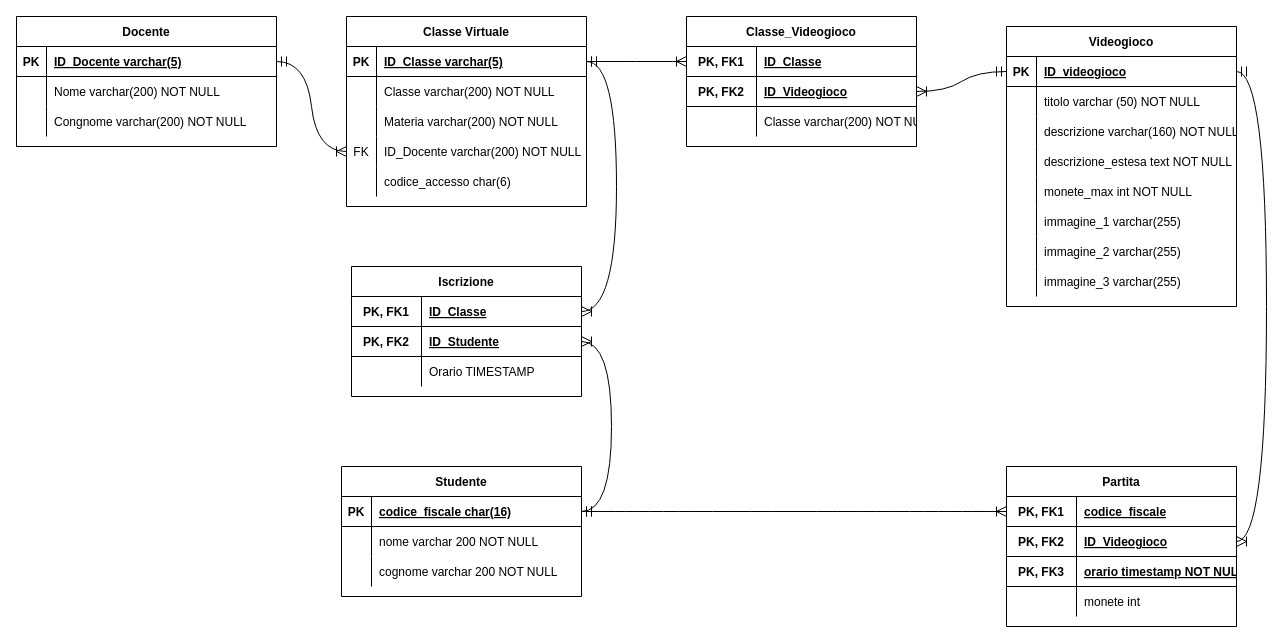
Smatjoy/Seconda-prova-Info-2023 keeps this draw.io diagram as Logico.drawio. Above is the earlier version. Source tidied: cells renumbered, new cells numbered last; positions are measured from the earlier drawing's top-left corner, leaving out a move shared by most shapes. Both pictures are drawn from the tidied source at 100%, with x=0, y=0 at pixel (16, 16).
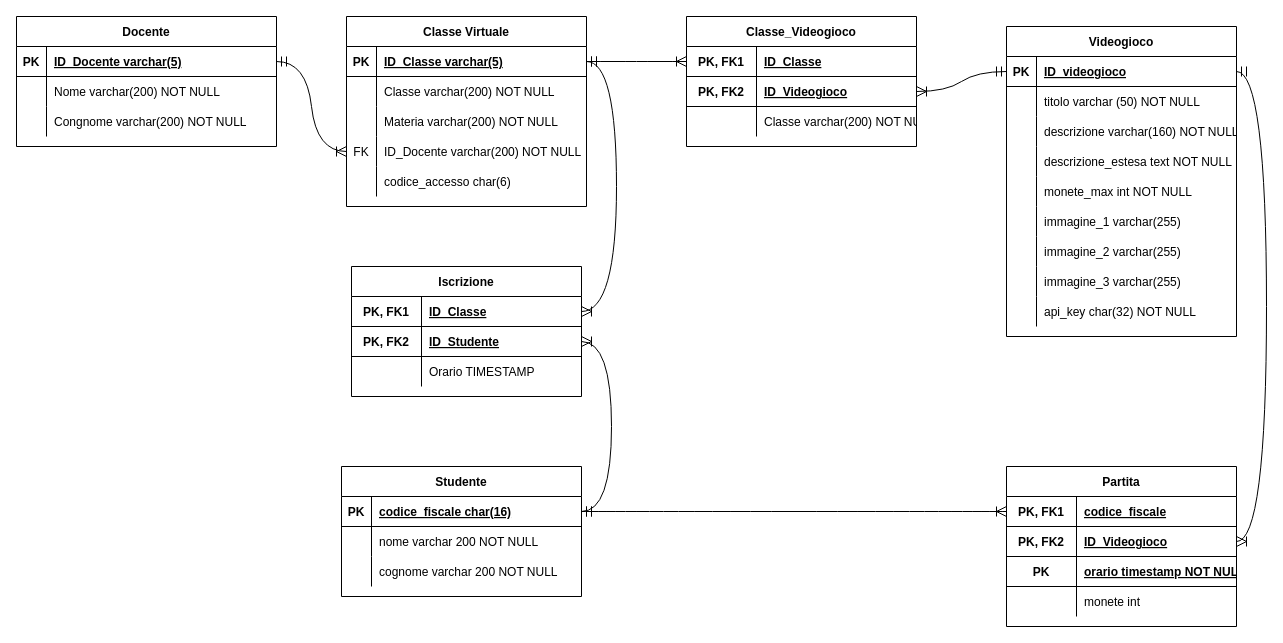
The same diagram, later.

The change refers to these unchanged cells:
```xml
<mxCell id="87" style="shape=partialRectangle;fillColor=none;top=0;left=0;right=0;bottom=1;" parent="80" vertex="1">
  <mxGeometry y="90" width="230" height="30" as="geometry" />
</mxCell>
```

Diff of the diagram source:
```diff
@@
     <mxCell id="29" value="Videogioco" style="shape=table;startSize=30;childLayout=tableLayout;rowLines=0;fontStyle=1;align=center;" parent="1" vertex="1">
-      <mxGeometry x="990" y="10" width="230" height="280" as="geometry" />
+      <mxGeometry x="990" y="10" width="230" height="310" as="geometry" />
     </mxCell>
@@
+    <mxCell id="104" style="shape=partialRectangle;fillColor=none;top=0;left=0;right=0;bottom=0;" parent="29" vertex="1">
+      <mxGeometry y="270" width="230" height="30" as="geometry" />
+    </mxCell>
+    <mxCell id="105" style="shape=partialRectangle;overflow=hidden;fillColor=none;top=0;left=0;bottom=0;right=0;" parent="104" vertex="1">
+      <mxGeometry width="30" height="30" as="geometry" />
+    </mxCell>
+    <mxCell id="106" value="api_key char(32) NOT NULL" style="shape=partialRectangle;overflow=hidden;fillColor=none;top=0;left=0;bottom=0;right=0;align=left;spacingLeft=6;" parent="104" vertex="1">
+      <mxGeometry x="30" width="200" height="30" as="geometry" />
+    </mxCell>
@@
-    <mxCell id="88" value="PK, FK3" style="shape=partialRectangle;overflow=hidden;fillColor=none;top=0;left=0;bottom=0;right=0;fontStyle=1;" parent="87" vertex="1">
+    <mxCell id="88" value="PK" style="shape=partialRectangle;overflow=hidden;fillColor=none;top=0;left=0;bottom=0;right=0;fontStyle=1;" parent="87" vertex="1">
       <mxGeometry width="70" height="30" as="geometry" />
     </mxCell>
```
